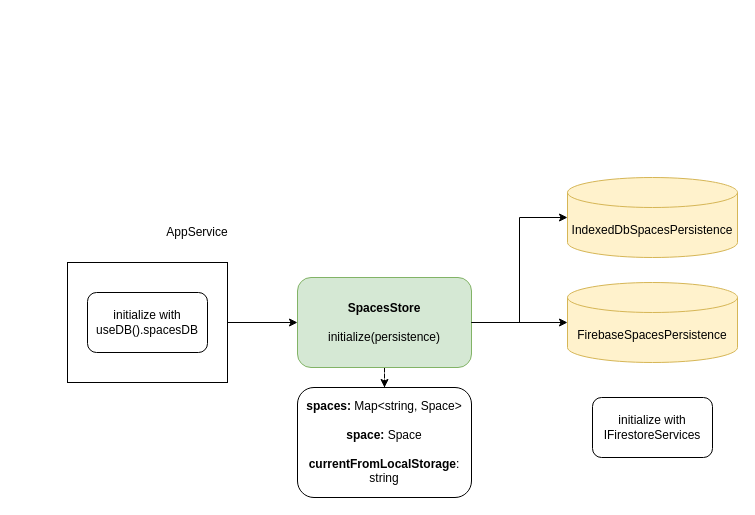
The draw.io diagram docs/drawio/spaces.drawio in evandor/tabsets, before the edit. Source tidied: cells renumbered, new cells numbered last; positions are measured from the earlier drawing's top-left corner, leaving out a move shared by most shapes. Both pictures are drawn from the tidied source at 100%, with x=0, y=0 at pixel (67, 177).
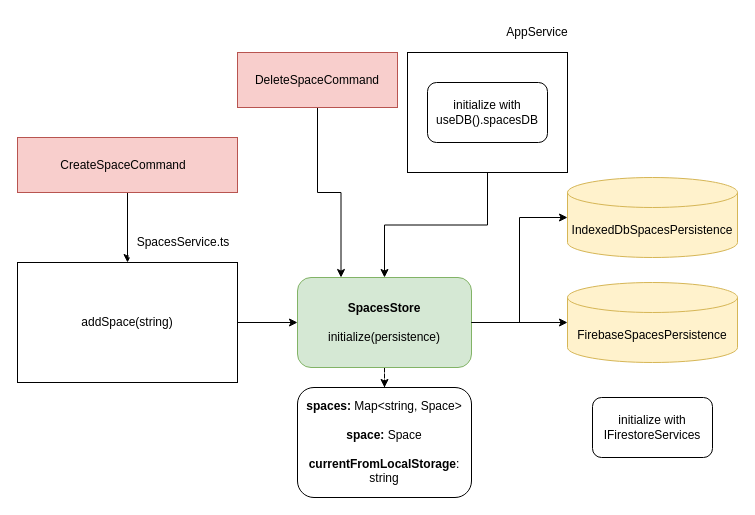
Above is the later version.

The change refers to these unchanged cells:
```xml
<mxCell id="3" value="&lt;b&gt;SpacesStore&lt;/b&gt;&lt;div&gt;&lt;br&gt;&lt;/div&gt;&lt;div&gt;initialize(persistence)&lt;/div&gt;" style="rounded=1;whiteSpace=wrap;html=1;fillColor=#d5e8d4;strokeColor=#82b366;" parent="1" vertex="1">
  <mxGeometry x="230" y="100" width="174" height="90" as="geometry" />
</mxCell>
```

The edit, as a diff of the source:
```diff
@@
-    <mxCell id="8" style="edgeStyle=orthogonalEdgeStyle;rounded=0;jettySize=auto;html=1;entryX=0;entryY=0.5;entryDx=0;entryDy=0;" parent="1" edge="1" source="9" target="3">
+    <mxCell id="8" style="edgeStyle=orthogonalEdgeStyle;rounded=0;jettySize=auto;html=1;entryX=0.5;entryY=0;entryDx=0;entryDy=0;exitX=0.5;exitY=1;exitDx=0;exitDy=0;" parent="1" edge="1" source="9" target="3">
       <mxGeometry relative="1" as="geometry" />
     </mxCell>
     <mxCell id="9" style="rounded=0;whiteSpace=wrap;html=1;align=center;" parent="1" vertex="1">
-      <mxGeometry y="85" width="160" height="120" as="geometry" />
+      <mxGeometry x="340" y="-125" width="160" height="120" as="geometry" />
     </mxCell>
     <mxCell id="10" value="AppService" style="text;html=1;align=center;verticalAlign=middle;whiteSpace=wrap;rounded=0;" parent="1" vertex="1">
-      <mxGeometry x="100" y="40" width="60" height="30" as="geometry" />
+      <mxGeometry x="440" y="-160" width="60" height="30" as="geometry" />
     </mxCell>
     <mxCell id="11" value="&lt;div&gt;initialize with&lt;/div&gt;useDB().spacesDB" style="rounded=1;whiteSpace=wrap;html=1;" parent="1" vertex="1">
-      <mxGeometry x="20" y="115" width="120" height="60" as="geometry" />
+      <mxGeometry x="360" y="-95" width="120" height="60" as="geometry" />
     </mxCell>
@@
+    <mxCell id="14" value="addSpace(string)" style="rounded=0;whiteSpace=wrap;html=1;align=center;" parent="1" vertex="1">
+      <mxGeometry x="-50" y="85" width="220" height="120" as="geometry" />
+    </mxCell>
+    <mxCell id="15" style="edgeStyle=orthogonalEdgeStyle;rounded=0;jettySize=auto;html=1;entryX=0.5;entryY=0;entryDx=0;entryDy=0;" parent="1" edge="1" source="16" target="14">
+      <mxGeometry relative="1" as="geometry" />
+    </mxCell>
+    <mxCell id="16" value="CreateSpaceCommand&lt;span style=&quot;white-space: pre;&quot;&gt;&#9;&lt;/span&gt;" style="rounded=0;whiteSpace=wrap;html=1;align=center;fillColor=#f8cecc;strokeColor=#b85450;" parent="1" vertex="1">
+      <mxGeometry x="-50" y="-40" width="220" height="55" as="geometry" />
+    </mxCell>
+    <mxCell id="17" value="SpacesService.ts" style="text;html=1;align=center;verticalAlign=middle;whiteSpace=wrap;rounded=0;fillColor=default;" parent="1" vertex="1">
+      <mxGeometry x="61" y="50" width="110" height="30" as="geometry" />
+    </mxCell>
+    <mxCell id="18" style="edgeStyle=orthogonalEdgeStyle;rounded=0;jettySize=auto;html=1;entryX=0.25;entryY=0;entryDx=0;entryDy=0;" parent="1" edge="1" source="19" target="3">
+      <mxGeometry relative="1" as="geometry" />
+    </mxCell>
+    <mxCell id="19" value="DeleteSpaceCommand" style="rounded=0;whiteSpace=wrap;html=1;align=center;fillColor=#f8cecc;strokeColor=#b85450;" parent="1" vertex="1">
+      <mxGeometry x="170" y="-125" width="160" height="55" as="geometry" />
+    </mxCell>
+    <mxCell id="20" style="edgeStyle=orthogonalEdgeStyle;rounded=0;jettySize=auto;html=1;entryX=0;entryY=0.5;entryDx=0;entryDy=0;" parent="1" edge="1" source="14" target="3">
+      <mxGeometry relative="1" as="geometry" />
+    </mxCell>
```
